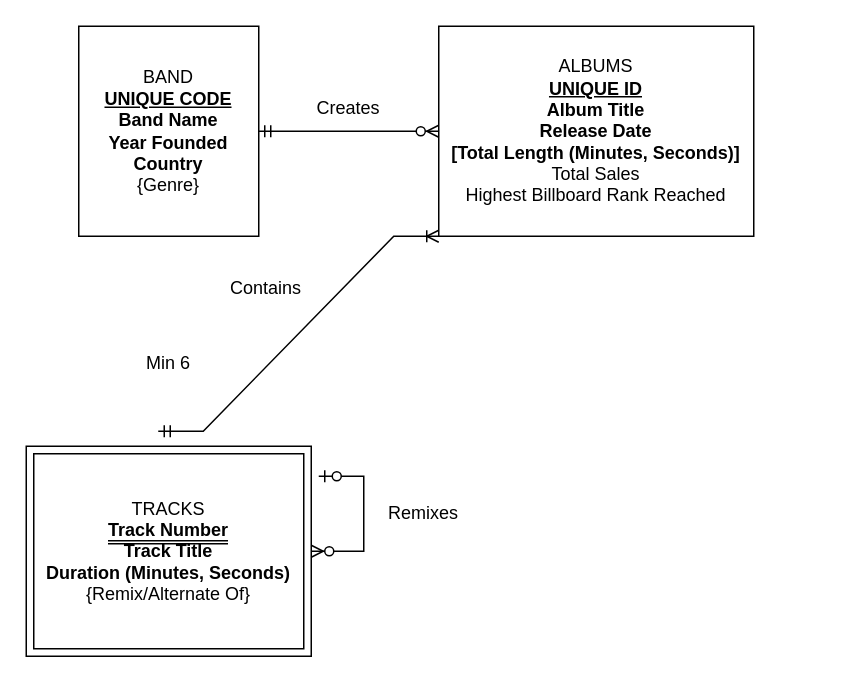
Before: page "Question 1" (1 of 2) of Morrow_Homework1_Final.drawio in ryan-j-morrow/BAIS-3200-Database-Management, a draw.io diagram. Source tidied: cells renumbered, new cells numbered last; positions are measured from the earlier drawing's top-left corner, leaving out a move shared by most shapes. Both pictures are drawn from the tidied source at 150%, with x=0, y=0 at pixel (26, 26).
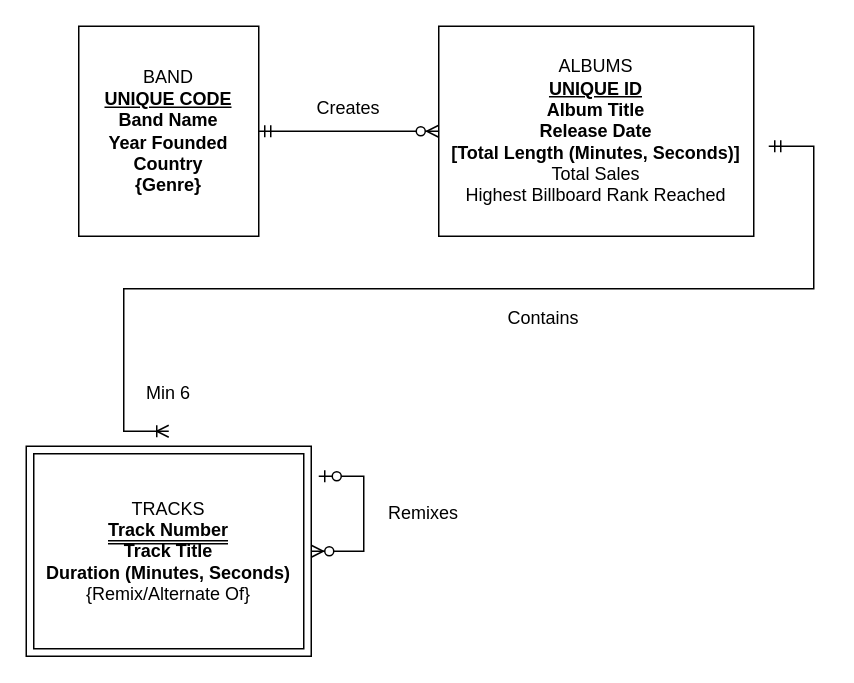
The same page after the edit.

The edit, as a diff of the source:
```diff
@@
 <mxGraphModel>
   <root>
     <mxCell id="0" />
     <mxCell id="1" parent="0" />
-    <mxCell id="2" value="&lt;div&gt;BAND&lt;/div&gt;&lt;div&gt;&lt;u&gt;&lt;b&gt;UNIQUE CODE&lt;/b&gt;&lt;/u&gt;&lt;/div&gt;&lt;div&gt;&lt;b&gt;Band Name&lt;/b&gt;&lt;/div&gt;&lt;div&gt;&lt;b&gt;Year Founded&lt;/b&gt;&lt;/div&gt;&lt;div&gt;&lt;b&gt;Country&lt;/b&gt;&lt;/div&gt;&lt;div&gt;{Genre}&lt;/div&gt;" style="whiteSpace=wrap;html=1;align=center;" parent="1" vertex="1">
+    <mxCell id="2" value="&lt;div&gt;BAND&lt;/div&gt;&lt;div&gt;&lt;u&gt;&lt;b&gt;UNIQUE CODE&lt;/b&gt;&lt;/u&gt;&lt;/div&gt;&lt;div&gt;&lt;b&gt;Band Name&lt;/b&gt;&lt;/div&gt;&lt;div&gt;&lt;b&gt;Year Founded&lt;/b&gt;&lt;/div&gt;&lt;div&gt;&lt;b&gt;Country&lt;/b&gt;&lt;/div&gt;&lt;div&gt;&lt;b&gt;{Genre}&lt;/b&gt;&lt;/div&gt;" style="whiteSpace=wrap;html=1;align=center;" parent="1" vertex="1">
       <mxGeometry x="35" width="120" height="140" as="geometry" />
     </mxCell>
     <mxCell id="3" value="&lt;div&gt;ALBUMS&lt;/div&gt;&lt;div&gt;&lt;u&gt;&lt;b&gt;UNIQUE ID&lt;/b&gt;&lt;/u&gt;&lt;/div&gt;&lt;div&gt;&lt;b&gt;Album Title&lt;/b&gt;&lt;/div&gt;&lt;div&gt;&lt;span style=&quot;background-color: initial;&quot;&gt;&lt;b&gt;Release Date&lt;/b&gt;&lt;/span&gt;&lt;/div&gt;&lt;div&gt;&lt;b&gt;[Total Length (Minutes, Seconds)]&lt;/b&gt;&lt;/div&gt;&lt;div&gt;Total Sales&lt;/div&gt;&lt;div&gt;Highest Billboard Rank Reached&lt;/div&gt;" style="whiteSpace=wrap;html=1;align=center;" parent="1" vertex="1">
       <mxGeometry x="275" width="210" height="140" as="geometry" />
     </mxCell>
     <mxCell id="4" value="&lt;div&gt;TRACKS&lt;/div&gt;&lt;div&gt;&lt;span style=&quot;border-bottom: 3px double;margin-bottom: 5px;&quot;&gt;&lt;b&gt;Track Number&lt;/b&gt;&lt;/span&gt;&lt;/div&gt;&lt;div&gt;&lt;b&gt;Track Title&lt;br&gt;&lt;/b&gt;&lt;/div&gt;&lt;div&gt;&lt;b&gt;Duration (Minutes, Seconds)&lt;/b&gt;&lt;/div&gt;&lt;div&gt;{Remix/Alternate Of}&lt;/div&gt;" style="shape=ext;margin=3;double=1;whiteSpace=wrap;html=1;align=center;" parent="1" vertex="1">
       <mxGeometry y="280" width="190" height="140" as="geometry" />
     </mxCell>
     <mxCell id="5" style="edgeStyle=entityRelationEdgeStyle;fontSize=12;html=1;endArrow=ERzeroToMany;startArrow=ERmandOne;rounded=0;entryX=0;entryY=0.5;entryDx=0;entryDy=0;exitX=1;exitY=0.5;exitDx=0;exitDy=0;" parent="1" edge="1" source="2" target="3">
       <mxGeometry relative="1" as="geometry" />
     </mxCell>
-    <mxCell id="6" style="edgeStyle=entityRelationEdgeStyle;fontSize=12;html=1;endArrow=ERoneToMany;startArrow=ERmandOne;rounded=0;endFill=0;entryX=0;entryY=1;entryDx=0;entryDy=0;" parent="1" edge="1" target="3">
+    <mxCell id="6" style="edgeStyle=entityRelationEdgeStyle;fontSize=12;html=1;endArrow=ERoneToMany;startArrow=ERmandOne;rounded=0;endFill=0;" parent="1" edge="1">
       <mxGeometry relative="1" as="geometry">
-        <mxPoint x="88" y="270" as="sourcePoint" />
+        <mxPoint x="495" y="80" as="sourcePoint" />
+        <mxPoint x="95" y="270" as="targetPoint" />
         <Array as="points">
           <mxPoint x="135" y="270" />
           <mxPoint x="85" y="230" />
         </Array>
       </mxGeometry>
     </mxCell>
     <mxCell id="7" value="Min 6" style="text;html=1;strokeColor=none;fillColor=none;align=center;verticalAlign=middle;whiteSpace=wrap;rounded=0;" parent="1" vertex="1">
-      <mxGeometry x="65" y="210" width="60" height="30" as="geometry" />
+      <mxGeometry x="65" y="230" width="60" height="30" as="geometry" />
     </mxCell>
     <mxCell id="8" value="Creates" style="text;html=1;strokeColor=none;fillColor=none;align=center;verticalAlign=middle;whiteSpace=wrap;rounded=0;" parent="1" vertex="1">
       <mxGeometry x="185" y="40" width="60" height="30" as="geometry" />
     </mxCell>
     <mxCell id="9" value="Contains" style="text;html=1;strokeColor=none;fillColor=none;align=center;verticalAlign=middle;whiteSpace=wrap;rounded=0;" parent="1" vertex="1">
-      <mxGeometry x="130" y="160" width="60" height="30" as="geometry" />
+      <mxGeometry x="315" y="180" width="60" height="30" as="geometry" />
     </mxCell>
     <mxCell id="10" style="edgeStyle=entityRelationEdgeStyle;fontSize=12;html=1;endArrow=ERzeroToMany;startArrow=ERzeroToOne;rounded=0;" parent="1" edge="1" target="4">
       <mxGeometry relative="1" as="geometry">
         <mxPoint x="195" y="300" as="sourcePoint" />
         <Array as="points">
           <mxPoint x="787" y="388" />
           <mxPoint x="587" y="538" />
           <mxPoint x="757" y="468" />
           <mxPoint x="817" y="408" />
         </Array>
       </mxGeometry>
     </mxCell>
     <mxCell id="11" value="Remixes" style="text;html=1;strokeColor=none;fillColor=none;align=center;verticalAlign=middle;whiteSpace=wrap;rounded=0;" parent="1" vertex="1">
       <mxGeometry x="235" y="310" width="60" height="30" as="geometry" />
     </mxCell>
   </root>
 </mxGraphModel>
```
